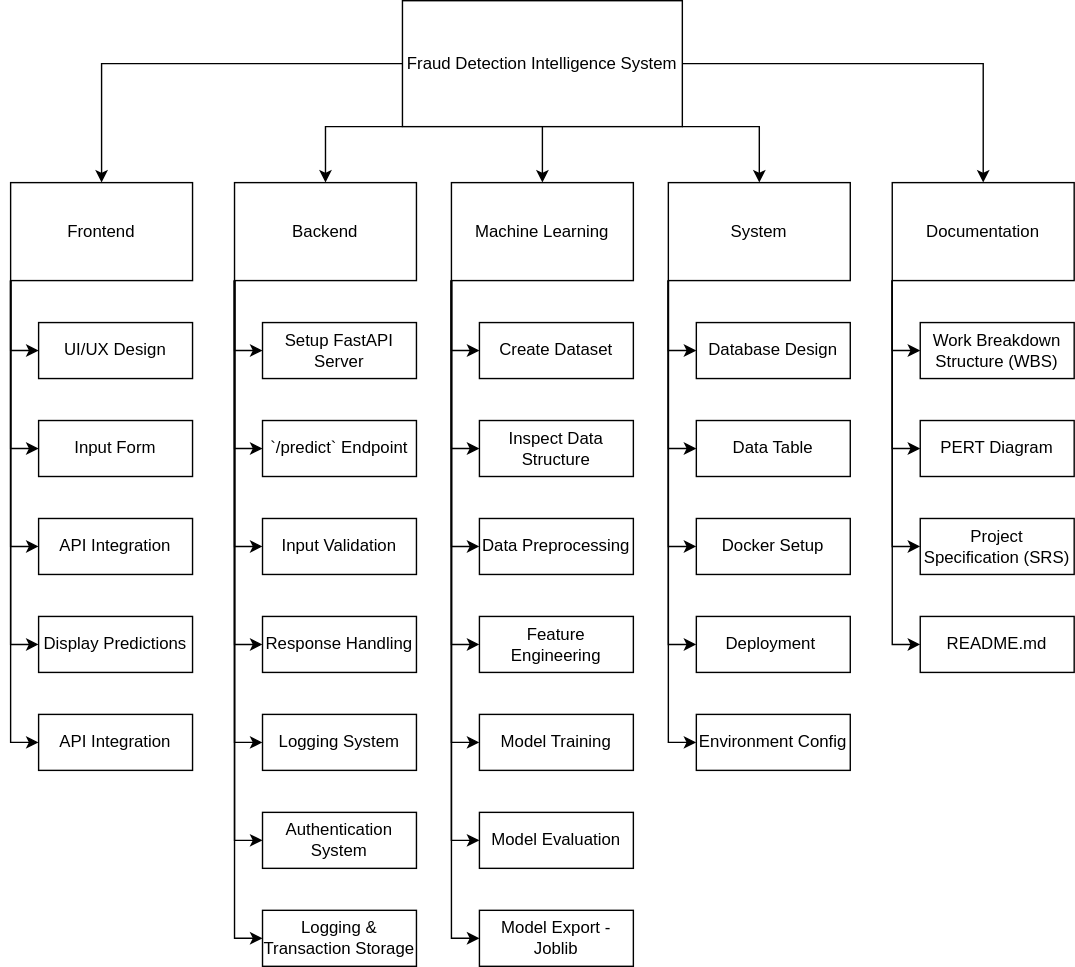
Before: docs/wbs-diagram.drawio.svg, a diagram exported from draw.io (Dominik-Bedekovic/fraud-detection-intelligence-system). Source tidied: cells renumbered, new cells last; positions are measured from the earlier drawing's top-left corner, leaving out a move shared by most shapes.
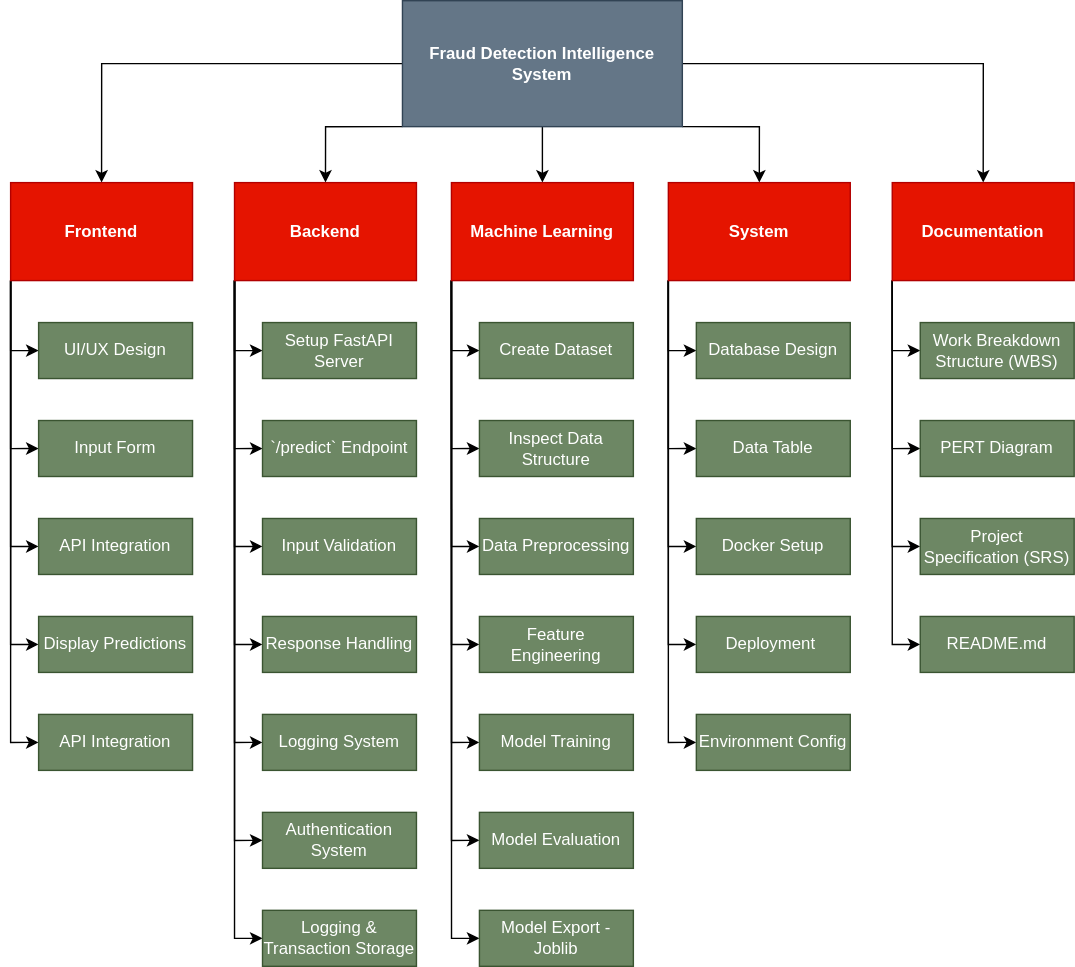
The same file after the commit.

Commit message:
Added color to wbs diagram

The edit, as a diff of the source:
```diff
@@ -25,7 +25,7 @@
         </Array>
       </mxGeometry>
     </mxCell>
-    <mxCell id="7" value="Fraud Detection Intelligence System" style="rounded=0;whiteSpace=wrap;html=1;" parent="1" vertex="1">
+    <mxCell id="7" value="&lt;b&gt;Fraud Detection Intelligence System&lt;/b&gt;" style="rounded=0;whiteSpace=wrap;html=1;fillColor=#647687;fontColor=#ffffff;strokeColor=#314354;" parent="1" vertex="1">
       <mxGeometry x="280" width="200" height="90" as="geometry" />
     </mxCell>
     <mxCell id="8" style="edgeStyle=orthogonalEdgeStyle;rounded=0;jettySize=auto;html=1;exitX=0;exitY=1;exitDx=0;exitDy=0;entryX=0;entryY=0.5;entryDx=0;entryDy=0;" parent="1" edge="1" source="15" target="52">
@@ -49,7 +49,7 @@
     <mxCell id="14" style="edgeStyle=orthogonalEdgeStyle;rounded=0;jettySize=auto;html=1;exitX=0;exitY=1;exitDx=0;exitDy=0;entryX=0;entryY=0.5;entryDx=0;entryDy=0;" parent="1" edge="1" source="15" target="50">
       <mxGeometry relative="1" as="geometry" />
     </mxCell>
-    <mxCell id="15" value="Backend" style="rounded=0;whiteSpace=wrap;html=1;" parent="1" vertex="1">
+    <mxCell id="15" value="&lt;b&gt;Backend&lt;/b&gt;" style="rounded=0;whiteSpace=wrap;html=1;fillColor=#e51400;fontColor=#ffffff;strokeColor=#B20000;" parent="1" vertex="1">
       <mxGeometry x="160" y="130" width="130" height="70" as="geometry" />
     </mxCell>
     <mxCell id="16" style="edgeStyle=orthogonalEdgeStyle;rounded=0;jettySize=auto;html=1;exitX=0;exitY=1;exitDx=0;exitDy=0;entryX=0;entryY=0.5;entryDx=0;entryDy=0;" parent="1" edge="1" source="23" target="57">
@@ -73,7 +73,7 @@
     <mxCell id="22" style="edgeStyle=orthogonalEdgeStyle;rounded=0;jettySize=auto;html=1;exitX=0;exitY=1;exitDx=0;exitDy=0;entryX=0;entryY=0.5;entryDx=0;entryDy=0;" parent="1" edge="1" source="23" target="56">
       <mxGeometry relative="1" as="geometry" />
     </mxCell>
-    <mxCell id="23" value="Machine Learning" style="rounded=0;whiteSpace=wrap;html=1;" parent="1" vertex="1">
+    <mxCell id="23" value="&lt;b&gt;Machine Learning&lt;/b&gt;" style="rounded=0;whiteSpace=wrap;html=1;fillColor=#e51400;fontColor=#ffffff;strokeColor=#B20000;" parent="1" vertex="1">
       <mxGeometry x="315" y="130" width="130" height="70" as="geometry" />
     </mxCell>
     <mxCell id="24" style="edgeStyle=orthogonalEdgeStyle;rounded=0;jettySize=auto;html=1;exitX=0;exitY=1;exitDx=0;exitDy=0;entryX=0;entryY=0.5;entryDx=0;entryDy=0;" parent="1" edge="1" source="29" target="62">
@@ -91,7 +91,7 @@
     <mxCell id="28" style="edgeStyle=orthogonalEdgeStyle;rounded=0;jettySize=auto;html=1;exitX=0;exitY=1;exitDx=0;exitDy=0;entryX=0;entryY=0.5;entryDx=0;entryDy=0;" parent="1" edge="1" source="29" target="61">
       <mxGeometry relative="1" as="geometry" />
     </mxCell>
-    <mxCell id="29" value="System" style="rounded=0;whiteSpace=wrap;html=1;" parent="1" vertex="1">
+    <mxCell id="29" value="&lt;b&gt;System&lt;/b&gt;" style="rounded=0;whiteSpace=wrap;html=1;fillColor=#e51400;fontColor=#ffffff;strokeColor=#B20000;" parent="1" vertex="1">
       <mxGeometry x="470" y="130" width="130" height="70" as="geometry" />
     </mxCell>
     <mxCell id="30" style="edgeStyle=orthogonalEdgeStyle;rounded=0;jettySize=auto;html=1;exitX=0;exitY=1;exitDx=0;exitDy=0;entryX=0;entryY=0.5;entryDx=0;entryDy=0;" parent="1" edge="1" source="35" target="43">
@@ -109,7 +109,7 @@
     <mxCell id="34" style="edgeStyle=orthogonalEdgeStyle;rounded=0;jettySize=auto;html=1;exitX=0;exitY=1;exitDx=0;exitDy=0;entryX=0;entryY=0.5;entryDx=0;entryDy=0;" parent="1" edge="1" source="35" target="45">
       <mxGeometry relative="1" as="geometry" />
     </mxCell>
-    <mxCell id="35" value="Frontend" style="rounded=0;whiteSpace=wrap;html=1;" parent="1" vertex="1">
+    <mxCell id="35" value="&lt;b&gt;Frontend&lt;/b&gt;" style="rounded=0;whiteSpace=wrap;html=1;fillColor=#e51400;fontColor=#ffffff;strokeColor=#B20000;" parent="1" vertex="1">
       <mxGeometry y="130" width="130" height="70" as="geometry" />
     </mxCell>
     <mxCell id="36" style="edgeStyle=orthogonalEdgeStyle;rounded=0;jettySize=auto;html=1;exitX=0;exitY=1;exitDx=0;exitDy=0;entryX=0;entryY=0.5;entryDx=0;entryDy=0;" parent="1" edge="1" source="40" target="65">
@@ -124,91 +124,91 @@
     <mxCell id="39" style="edgeStyle=orthogonalEdgeStyle;rounded=0;jettySize=auto;html=1;exitX=0;exitY=1;exitDx=0;exitDy=0;entryX=0;entryY=0.5;entryDx=0;entryDy=0;" parent="1" edge="1" source="40" target="66">
       <mxGeometry relative="1" as="geometry" />
     </mxCell>
-    <mxCell id="40" value="Documentation" style="rounded=0;whiteSpace=wrap;html=1;" parent="1" vertex="1">
+    <mxCell id="40" value="&lt;b&gt;Documentation&lt;/b&gt;" style="rounded=0;whiteSpace=wrap;html=1;fillColor=#e51400;fontColor=#ffffff;strokeColor=#B20000;" parent="1" vertex="1">
       <mxGeometry x="630" y="130" width="130" height="70" as="geometry" />
     </mxCell>
-    <mxCell id="41" value="UI/UX Design" style="rounded=0;whiteSpace=wrap;html=1;" parent="1" vertex="1">
+    <mxCell id="41" value="UI/UX Design" style="rounded=0;whiteSpace=wrap;html=1;fillColor=#6d8764;fontColor=#ffffff;strokeColor=#3A5431;" parent="1" vertex="1">
       <mxGeometry x="20" y="230" width="110" height="40" as="geometry" />
     </mxCell>
-    <mxCell id="42" value="Input Form" style="rounded=0;whiteSpace=wrap;html=1;" parent="1" vertex="1">
+    <mxCell id="42" value="Input Form" style="rounded=0;whiteSpace=wrap;html=1;fillColor=#6d8764;fontColor=#ffffff;strokeColor=#3A5431;" parent="1" vertex="1">
       <mxGeometry x="20" y="300" width="110" height="40" as="geometry" />
     </mxCell>
-    <mxCell id="43" value="API Integration" style="rounded=0;whiteSpace=wrap;html=1;" parent="1" vertex="1">
+    <mxCell id="43" value="API Integration" style="rounded=0;whiteSpace=wrap;html=1;fillColor=#6d8764;fontColor=#ffffff;strokeColor=#3A5431;" parent="1" vertex="1">
       <mxGeometry x="20" y="370" width="110" height="40" as="geometry" />
     </mxCell>
-    <mxCell id="44" value="Display Predictions" style="rounded=0;whiteSpace=wrap;html=1;" parent="1" vertex="1">
+    <mxCell id="44" value="Display Predictions" style="rounded=0;whiteSpace=wrap;html=1;fillColor=#6d8764;fontColor=#ffffff;strokeColor=#3A5431;" parent="1" vertex="1">
       <mxGeometry x="20" y="440" width="110" height="40" as="geometry" />
     </mxCell>
-    <mxCell id="45" value="&lt;div&gt;API Integration&lt;/div&gt;" style="rounded=0;whiteSpace=wrap;html=1;" parent="1" vertex="1">
+    <mxCell id="45" value="&lt;div&gt;API Integration&lt;/div&gt;" style="rounded=0;whiteSpace=wrap;html=1;fillColor=#6d8764;fontColor=#ffffff;strokeColor=#3A5431;" parent="1" vertex="1">
       <mxGeometry x="20" y="510" width="110" height="40" as="geometry" />
     </mxCell>
-    <mxCell id="46" value="`/predict` Endpoint" style="rounded=0;whiteSpace=wrap;html=1;" parent="1" vertex="1">
+    <mxCell id="46" value="`/predict` Endpoint" style="rounded=0;whiteSpace=wrap;html=1;fillColor=#6d8764;fontColor=#ffffff;strokeColor=#3A5431;" parent="1" vertex="1">
       <mxGeometry x="180" y="300" width="110" height="40" as="geometry" />
     </mxCell>
-    <mxCell id="47" value="Input Validation" style="rounded=0;whiteSpace=wrap;html=1;" parent="1" vertex="1">
+    <mxCell id="47" value="Input Validation" style="rounded=0;whiteSpace=wrap;html=1;fillColor=#6d8764;fontColor=#ffffff;strokeColor=#3A5431;" parent="1" vertex="1">
       <mxGeometry x="180" y="370" width="110" height="40" as="geometry" />
     </mxCell>
-    <mxCell id="48" value="Response Handling" style="rounded=0;whiteSpace=wrap;html=1;" parent="1" vertex="1">
+    <mxCell id="48" value="Response Handling" style="rounded=0;whiteSpace=wrap;html=1;fillColor=#6d8764;fontColor=#ffffff;strokeColor=#3A5431;" parent="1" vertex="1">
       <mxGeometry x="180" y="440" width="110" height="40" as="geometry" />
     </mxCell>
-    <mxCell id="49" value="Logging System" style="rounded=0;whiteSpace=wrap;html=1;" parent="1" vertex="1">
+    <mxCell id="49" value="Logging System" style="rounded=0;whiteSpace=wrap;html=1;fillColor=#6d8764;fontColor=#ffffff;strokeColor=#3A5431;" parent="1" vertex="1">
       <mxGeometry x="180" y="510" width="110" height="40" as="geometry" />
     </mxCell>
-    <mxCell id="50" value="Authentication System" style="rounded=0;whiteSpace=wrap;html=1;" parent="1" vertex="1">
+    <mxCell id="50" value="Authentication System" style="rounded=0;whiteSpace=wrap;html=1;fillColor=#6d8764;fontColor=#ffffff;strokeColor=#3A5431;" parent="1" vertex="1">
       <mxGeometry x="180" y="580" width="110" height="40" as="geometry" />
     </mxCell>
-    <mxCell id="51" value="Setup FastAPI Server" style="rounded=0;whiteSpace=wrap;html=1;" parent="1" vertex="1">
+    <mxCell id="51" value="Setup FastAPI Server" style="rounded=0;whiteSpace=wrap;html=1;fillColor=#6d8764;fontColor=#ffffff;strokeColor=#3A5431;" parent="1" vertex="1">
       <mxGeometry x="180" y="230" width="110" height="40" as="geometry" />
     </mxCell>
-    <mxCell id="52" value="Logging &amp;amp; Transaction Storage" style="rounded=0;whiteSpace=wrap;html=1;" parent="1" vertex="1">
+    <mxCell id="52" value="Logging &amp;amp; Transaction Storage" style="rounded=0;whiteSpace=wrap;html=1;fillColor=#6d8764;fontColor=#ffffff;strokeColor=#3A5431;" parent="1" vertex="1">
       <mxGeometry x="180" y="650" width="110" height="40" as="geometry" />
     </mxCell>
-    <mxCell id="53" value="Feature Engineering" style="rounded=0;whiteSpace=wrap;html=1;" parent="1" vertex="1">
+    <mxCell id="53" value="Feature Engineering" style="rounded=0;whiteSpace=wrap;html=1;fillColor=#6d8764;fontColor=#ffffff;strokeColor=#3A5431;" parent="1" vertex="1">
       <mxGeometry x="335" y="440" width="110" height="40" as="geometry" />
     </mxCell>
-    <mxCell id="54" value="Model Training" style="rounded=0;whiteSpace=wrap;html=1;" parent="1" vertex="1">
+    <mxCell id="54" value="Model Training" style="rounded=0;whiteSpace=wrap;html=1;fillColor=#6d8764;fontColor=#ffffff;strokeColor=#3A5431;" parent="1" vertex="1">
       <mxGeometry x="335" y="510" width="110" height="40" as="geometry" />
     </mxCell>
-    <mxCell id="55" value="Model Evaluation" style="rounded=0;whiteSpace=wrap;html=1;" parent="1" vertex="1">
+    <mxCell id="55" value="Model Evaluation" style="rounded=0;whiteSpace=wrap;html=1;fillColor=#6d8764;fontColor=#ffffff;strokeColor=#3A5431;" parent="1" vertex="1">
       <mxGeometry x="335" y="580" width="110" height="40" as="geometry" />
     </mxCell>
-    <mxCell id="56" value="Model Export - Joblib" style="rounded=0;whiteSpace=wrap;html=1;" parent="1" vertex="1">
+    <mxCell id="56" value="Model Export - Joblib" style="rounded=0;whiteSpace=wrap;html=1;fillColor=#6d8764;fontColor=#ffffff;strokeColor=#3A5431;" parent="1" vertex="1">
       <mxGeometry x="335" y="650" width="110" height="40" as="geometry" />
     </mxCell>
-    <mxCell id="57" value="&lt;div&gt;Create Dataset&lt;/div&gt;" style="rounded=0;whiteSpace=wrap;html=1;" parent="1" vertex="1">
+    <mxCell id="57" value="&lt;div&gt;Create Dataset&lt;/div&gt;" style="rounded=0;whiteSpace=wrap;html=1;fillColor=#6d8764;fontColor=#ffffff;strokeColor=#3A5431;" parent="1" vertex="1">
       <mxGeometry x="335" y="230" width="110" height="40" as="geometry" />
     </mxCell>
-    <mxCell id="58" value="Data Preprocessing" style="rounded=0;whiteSpace=wrap;html=1;" parent="1" vertex="1">
+    <mxCell id="58" value="Data Preprocessing" style="rounded=0;whiteSpace=wrap;html=1;fillColor=#6d8764;fontColor=#ffffff;strokeColor=#3A5431;" parent="1" vertex="1">
       <mxGeometry x="335" y="370" width="110" height="40" as="geometry" />
     </mxCell>
-    <mxCell id="59" value="Inspect Data Structure" style="rounded=0;whiteSpace=wrap;html=1;" parent="1" vertex="1">
+    <mxCell id="59" value="Inspect Data Structure" style="rounded=0;whiteSpace=wrap;html=1;fillColor=#6d8764;fontColor=#ffffff;strokeColor=#3A5431;" parent="1" vertex="1">
       <mxGeometry x="335" y="300" width="110" height="40" as="geometry" />
     </mxCell>
-    <mxCell id="60" value="Deployment&amp;nbsp;" style="rounded=0;whiteSpace=wrap;html=1;" parent="1" vertex="1">
+    <mxCell id="60" value="Deployment&amp;nbsp;" style="rounded=0;whiteSpace=wrap;html=1;fillColor=#6d8764;fontColor=#ffffff;strokeColor=#3A5431;" parent="1" vertex="1">
       <mxGeometry x="490" y="440" width="110" height="40" as="geometry" />
     </mxCell>
-    <mxCell id="61" value="Environment Config" style="rounded=0;whiteSpace=wrap;html=1;" parent="1" vertex="1">
+    <mxCell id="61" value="Environment Config" style="rounded=0;whiteSpace=wrap;html=1;fillColor=#6d8764;fontColor=#ffffff;strokeColor=#3A5431;" parent="1" vertex="1">
       <mxGeometry x="490" y="510" width="110" height="40" as="geometry" />
     </mxCell>
-    <mxCell id="62" value="Database Design" style="rounded=0;whiteSpace=wrap;html=1;" parent="1" vertex="1">
+    <mxCell id="62" value="Database Design" style="rounded=0;whiteSpace=wrap;html=1;fillColor=#6d8764;fontColor=#ffffff;strokeColor=#3A5431;" parent="1" vertex="1">
       <mxGeometry x="490" y="230" width="110" height="40" as="geometry" />
     </mxCell>
-    <mxCell id="63" value="Docker Setup" style="rounded=0;whiteSpace=wrap;html=1;" parent="1" vertex="1">
+    <mxCell id="63" value="Docker Setup" style="rounded=0;whiteSpace=wrap;html=1;fillColor=#6d8764;fontColor=#ffffff;strokeColor=#3A5431;" parent="1" vertex="1">
       <mxGeometry x="490" y="370" width="110" height="40" as="geometry" />
     </mxCell>
-    <mxCell id="64" value="Data Table" style="rounded=0;whiteSpace=wrap;html=1;" parent="1" vertex="1">
+    <mxCell id="64" value="Data Table" style="rounded=0;whiteSpace=wrap;html=1;fillColor=#6d8764;fontColor=#ffffff;strokeColor=#3A5431;" parent="1" vertex="1">
       <mxGeometry x="490" y="300" width="110" height="40" as="geometry" />
     </mxCell>
-    <mxCell id="65" value="README.md" style="rounded=0;whiteSpace=wrap;html=1;" parent="1" vertex="1">
+    <mxCell id="65" value="README.md" style="rounded=0;whiteSpace=wrap;html=1;fillColor=#6d8764;fontColor=#ffffff;strokeColor=#3A5431;" parent="1" vertex="1">
       <mxGeometry x="650" y="440" width="110" height="40" as="geometry" />
     </mxCell>
-    <mxCell id="66" value="Work Breakdown Structure (WBS)" style="rounded=0;whiteSpace=wrap;html=1;" parent="1" vertex="1">
+    <mxCell id="66" value="Work Breakdown Structure (WBS)" style="rounded=0;whiteSpace=wrap;html=1;fillColor=#6d8764;fontColor=#ffffff;strokeColor=#3A5431;" parent="1" vertex="1">
       <mxGeometry x="650" y="230" width="110" height="40" as="geometry" />
     </mxCell>
-    <mxCell id="67" value="Project Specification (SRS)" style="rounded=0;whiteSpace=wrap;html=1;" parent="1" vertex="1">
+    <mxCell id="67" value="Project Specification (SRS)" style="rounded=0;whiteSpace=wrap;html=1;fillColor=#6d8764;fontColor=#ffffff;strokeColor=#3A5431;" parent="1" vertex="1">
       <mxGeometry x="650" y="370" width="110" height="40" as="geometry" />
     </mxCell>
-    <mxCell id="68" value="PERT Diagram" style="rounded=0;whiteSpace=wrap;html=1;" parent="1" vertex="1">
+    <mxCell id="68" value="PERT Diagram" style="rounded=0;whiteSpace=wrap;html=1;fillColor=#6d8764;fontColor=#ffffff;strokeColor=#3A5431;" parent="1" vertex="1">
       <mxGeometry x="650" y="300" width="110" height="40" as="geometry" />
     </mxCell>
   </root>
```
